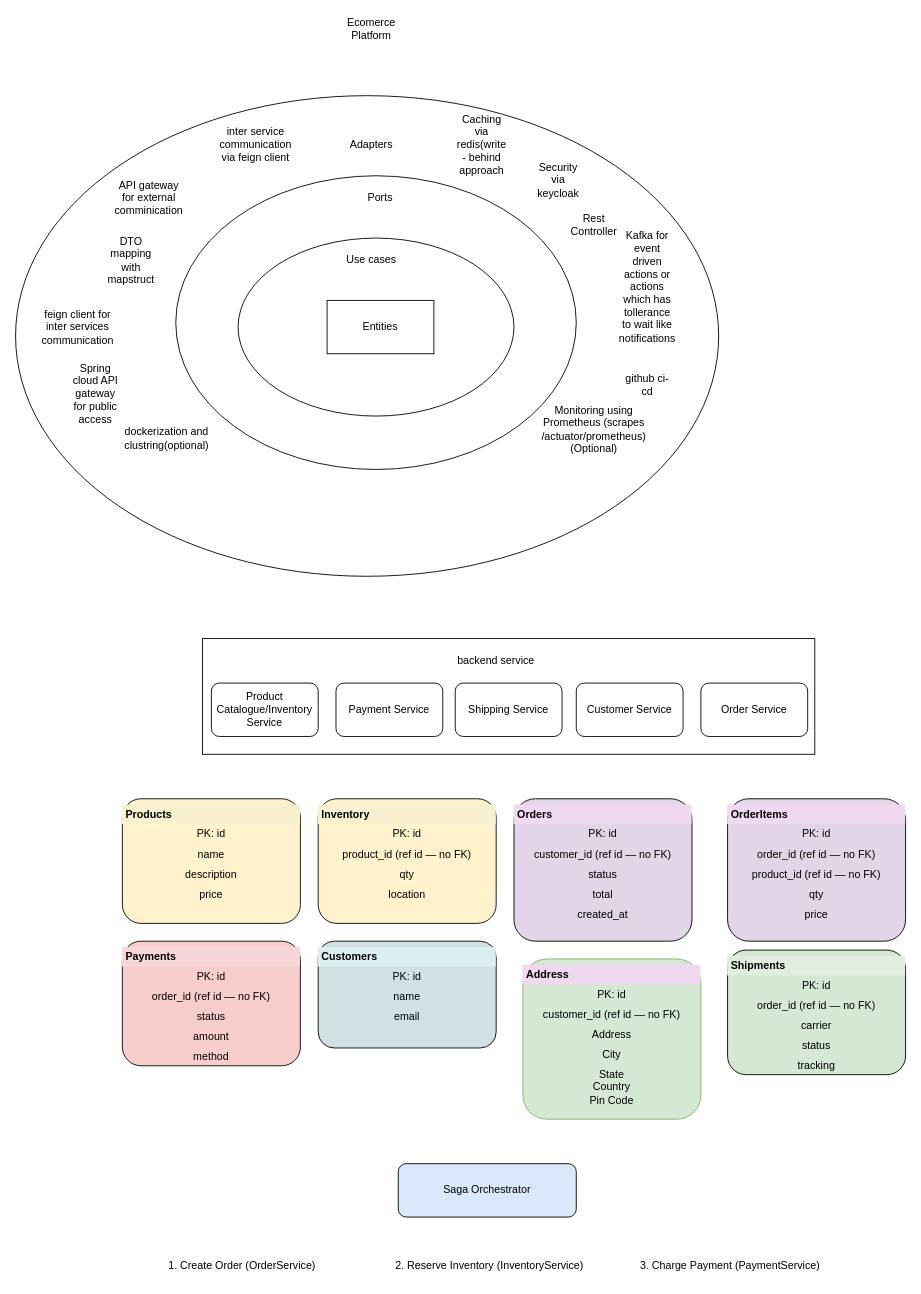
The draw.io diagram design.drawio in dufftt/WebCom, before the edit. Source tidied: cells renumbered, new cells numbered last; positions are measured from the earlier drawing's top-left corner, leaving out a move shared by most shapes. Both pictures are drawn from the tidied source at 89%, with x=0, y=0 at pixel (15, 15).
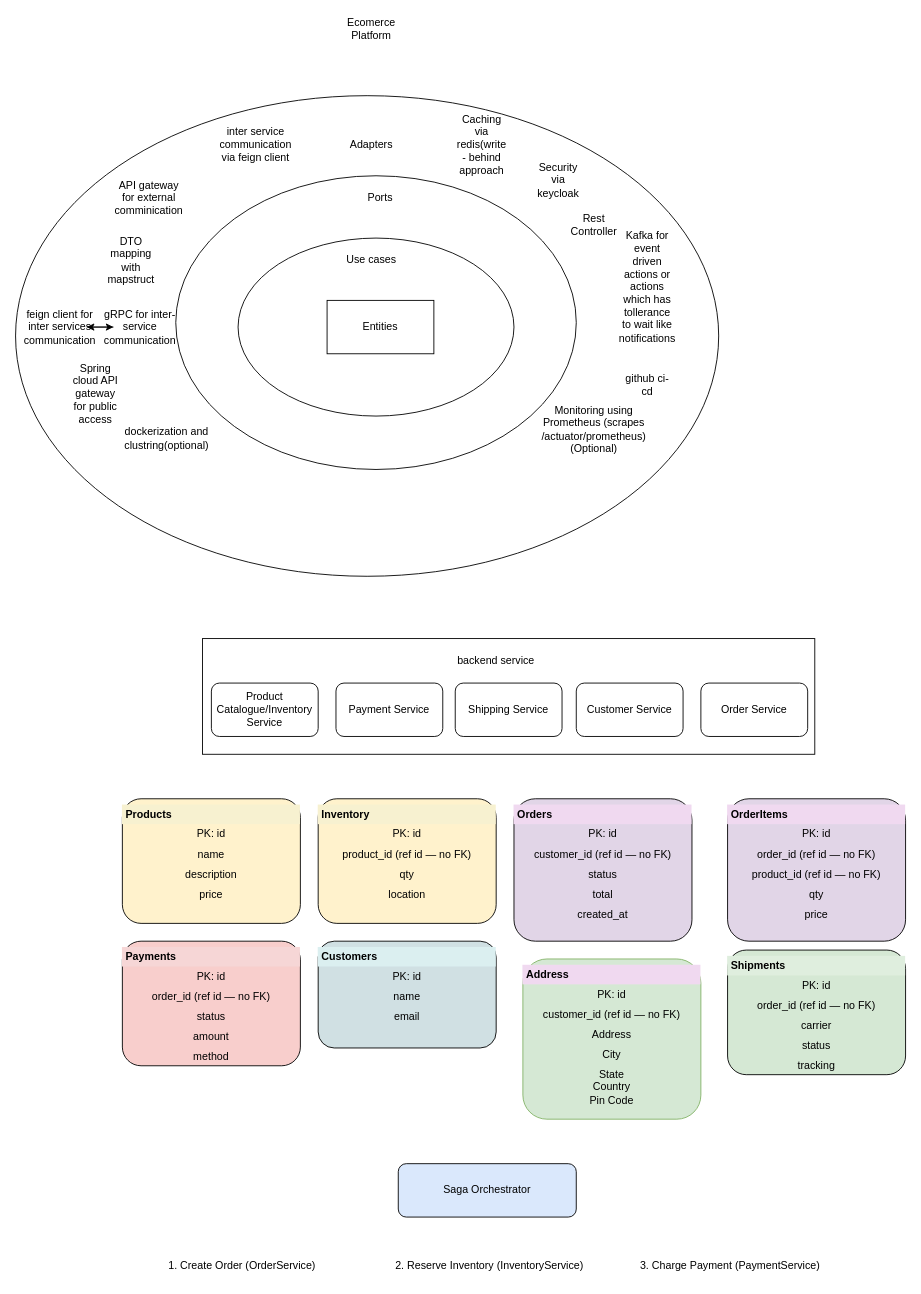
The same diagram, later.

What changed in the source:
```diff
@@
+    <mxCell id="41" style="edgeStyle=none;html=1;exitX=1;exitY=0.5;exitDx=0;exitDy=0;entryX=0;entryY=0.5;entryDx=0;entryDy=0;" parent="1" edge="1" source="16" target="43">
+      <mxGeometry relative="1" as="geometry" />
+    </mxCell>
     <mxCell id="16" value="feign client for inter services communication" style="text;html=1;align=center;verticalAlign=middle;whiteSpace=wrap;rounded=0;" parent="1" vertex="1">
-      <mxGeometry x="40" y="335" width="60" height="30" as="geometry" />
+      <mxGeometry x="20" y="335" width="60" height="30" as="geometry" />
     </mxCell>
@@
+    <mxCell id="42" style="edgeStyle=none;html=1;exitX=0;exitY=0.5;exitDx=0;exitDy=0;entryX=1;entryY=0.5;entryDx=0;entryDy=0;" parent="1" edge="1" source="43" target="16">
+      <mxGeometry relative="1" as="geometry" />
+    </mxCell>
+    <mxCell id="43" value="gRPC for inter-service communication" style="text;html=1;align=center;verticalAlign=middle;whiteSpace=wrap;rounded=0;" parent="1" vertex="1">
+      <mxGeometry x="110" y="335" width="60" height="30" as="geometry" />
+    </mxCell>
```
